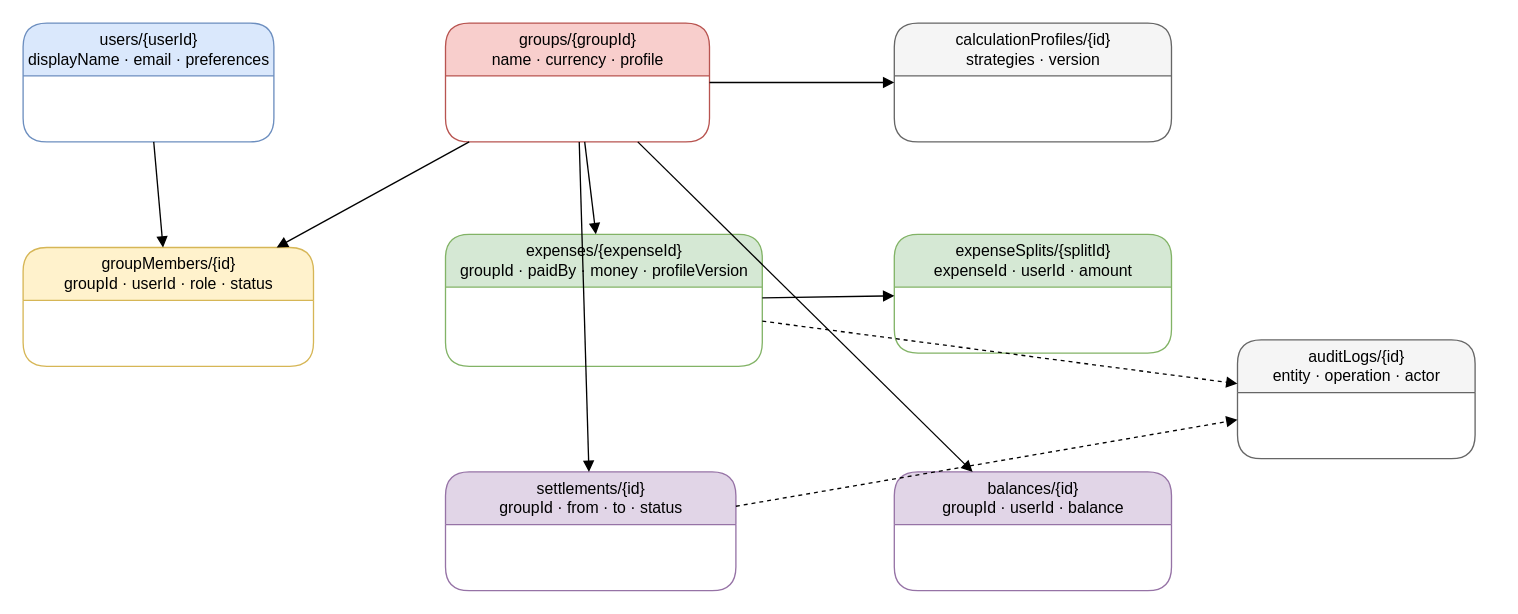
Before: docs/diagrams/Database.drawio in ediervillaneda/4adra, a draw.io diagram. Source tidied: cells renumbered, new cells numbered last; positions are measured from the earlier drawing's top-left corner, leaving out a move shared by most shapes. Both pictures are drawn from the tidied source at 132%, with x=0, y=0 at pixel (22, 22).
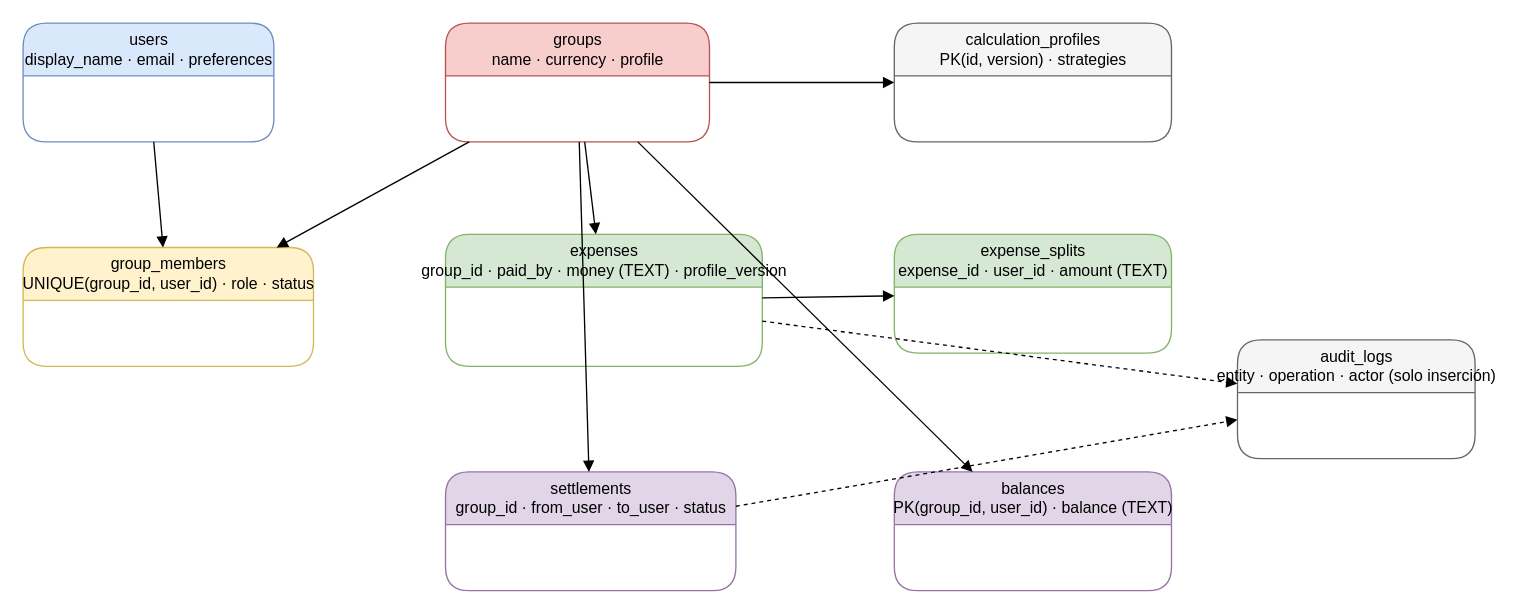
The same diagram, later.

The edit, as a diff of the source:
```diff
@@
 <mxGraphModel>
   <root>
     <mxCell id="0" />
     <mxCell id="1" parent="0" />
-    <mxCell id="2" value="users/{userId}&#10;displayName · email · preferences" style="shape=swimlane;html=1;rounded=1;fillColor=#dae8fc;strokeColor=#6c8ebf;" parent="1" vertex="1">
+    <mxCell id="2" value="users&#10;display_name · email · preferences" style="shape=swimlane;html=1;rounded=1;fillColor=#dae8fc;strokeColor=#6c8ebf;" parent="1" vertex="1">
       <mxGeometry width="190" height="90" as="geometry" />
     </mxCell>
-    <mxCell id="3" value="groups/{groupId}&#10;name · currency · profile" style="shape=swimlane;html=1;rounded=1;fillColor=#f8cecc;strokeColor=#b85450;" parent="1" vertex="1">
+    <mxCell id="3" value="groups&#10;name · currency · profile" style="shape=swimlane;html=1;rounded=1;fillColor=#f8cecc;strokeColor=#b85450;" parent="1" vertex="1">
       <mxGeometry x="320" width="200" height="90" as="geometry" />
     </mxCell>
-    <mxCell id="4" value="groupMembers/{id}&#10;groupId · userId · role · status" style="shape=swimlane;html=1;rounded=1;fillColor=#fff2cc;strokeColor=#d6b656;" parent="1" vertex="1">
+    <mxCell id="4" value="group_members&#10;UNIQUE(group_id, user_id) · role · status" style="shape=swimlane;html=1;rounded=1;fillColor=#fff2cc;strokeColor=#d6b656;" parent="1" vertex="1">
       <mxGeometry y="170" width="220" height="90" as="geometry" />
     </mxCell>
-    <mxCell id="5" value="expenses/{expenseId}&#10;groupId · paidBy · money · profileVersion" style="shape=swimlane;html=1;rounded=1;fillColor=#d5e8d4;strokeColor=#82b366;" parent="1" vertex="1">
+    <mxCell id="5" value="expenses&#10;group_id · paid_by · money (TEXT) · profile_version" style="shape=swimlane;html=1;rounded=1;fillColor=#d5e8d4;strokeColor=#82b366;" parent="1" vertex="1">
       <mxGeometry x="320" y="160" width="240" height="100" as="geometry" />
     </mxCell>
-    <mxCell id="6" value="expenseSplits/{splitId}&#10;expenseId · userId · amount" style="shape=swimlane;html=1;rounded=1;fillColor=#d5e8d4;strokeColor=#82b366;" parent="1" vertex="1">
+    <mxCell id="6" value="expense_splits&#10;expense_id · user_id · amount (TEXT)" style="shape=swimlane;html=1;rounded=1;fillColor=#d5e8d4;strokeColor=#82b366;" parent="1" vertex="1">
       <mxGeometry x="660" y="160" width="210" height="90" as="geometry" />
     </mxCell>
-    <mxCell id="7" value="settlements/{id}&#10;groupId · from · to · status" style="shape=swimlane;html=1;rounded=1;fillColor=#e1d5e7;strokeColor=#9673a6;" parent="1" vertex="1">
+    <mxCell id="7" value="settlements&#10;group_id · from_user · to_user · status" style="shape=swimlane;html=1;rounded=1;fillColor=#e1d5e7;strokeColor=#9673a6;" parent="1" vertex="1">
       <mxGeometry x="320" y="340" width="220" height="90" as="geometry" />
     </mxCell>
-    <mxCell id="8" value="balances/{id}&#10;groupId · userId · balance" style="shape=swimlane;html=1;rounded=1;fillColor=#e1d5e7;strokeColor=#9673a6;" parent="1" vertex="1">
+    <mxCell id="8" value="balances&#10;PK(group_id, user_id) · balance (TEXT)" style="shape=swimlane;html=1;rounded=1;fillColor=#e1d5e7;strokeColor=#9673a6;" parent="1" vertex="1">
       <mxGeometry x="660" y="340" width="210" height="90" as="geometry" />
     </mxCell>
-    <mxCell id="9" value="calculationProfiles/{id}&#10;strategies · version" style="shape=swimlane;html=1;rounded=1;fillColor=#f5f5f5;strokeColor=#666666;" parent="1" vertex="1">
+    <mxCell id="9" value="calculation_profiles&#10;PK(id, version) · strategies" style="shape=swimlane;html=1;rounded=1;fillColor=#f5f5f5;strokeColor=#666666;" parent="1" vertex="1">
       <mxGeometry x="660" width="210" height="90" as="geometry" />
     </mxCell>
-    <mxCell id="10" value="auditLogs/{id}&#10;entity · operation · actor" style="shape=swimlane;html=1;rounded=1;fillColor=#f5f5f5;strokeColor=#666666;" parent="1" vertex="1">
+    <mxCell id="10" value="audit_logs&#10;entity · operation · actor (solo inserción)" style="shape=swimlane;html=1;rounded=1;fillColor=#f5f5f5;strokeColor=#666666;" parent="1" vertex="1">
       <mxGeometry x="920" y="240" width="180" height="90" as="geometry" />
     </mxCell>
     <mxCell id="11" style="endArrow=block;html=1;" parent="1" edge="1" source="2" target="4">
       <mxGeometry relative="1" as="geometry" />
     </mxCell>
     <mxCell id="12" style="endArrow=block;html=1;" parent="1" edge="1" source="3" target="4">
       <mxGeometry relative="1" as="geometry" />
     </mxCell>
     <mxCell id="13" style="endArrow=block;html=1;" parent="1" edge="1" source="3" target="5">
       <mxGeometry relative="1" as="geometry" />
     </mxCell>
     <mxCell id="14" style="endArrow=block;html=1;" parent="1" edge="1" source="5" target="6">
       <mxGeometry relative="1" as="geometry" />
     </mxCell>
     <mxCell id="15" style="endArrow=block;html=1;" parent="1" edge="1" source="3" target="7">
       <mxGeometry relative="1" as="geometry" />
     </mxCell>
     <mxCell id="16" style="endArrow=block;html=1;" parent="1" edge="1" source="3" target="8">
       <mxGeometry relative="1" as="geometry" />
     </mxCell>
     <mxCell id="17" style="endArrow=block;html=1;" parent="1" edge="1" source="3" target="9">
       <mxGeometry relative="1" as="geometry" />
     </mxCell>
     <mxCell id="18" style="endArrow=block;html=1;dashed=1;" parent="1" edge="1" source="5" target="10">
       <mxGeometry relative="1" as="geometry" />
     </mxCell>
     <mxCell id="19" style="endArrow=block;html=1;dashed=1;" parent="1" edge="1" source="7" target="10">
       <mxGeometry relative="1" as="geometry" />
     </mxCell>
   </root>
 </mxGraphModel>
```
